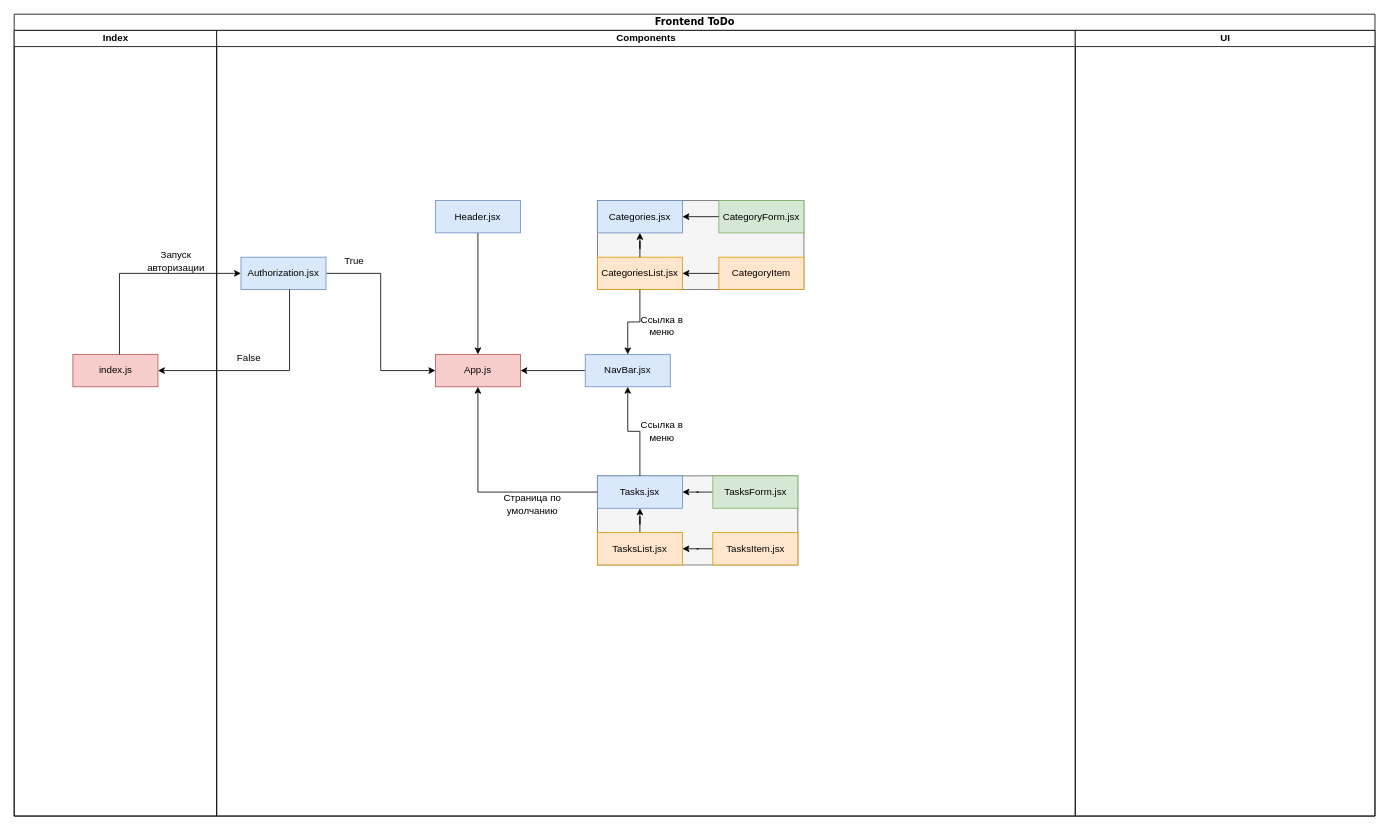
Earlier version of the draw.io diagram todo_reactjs.drawio (BesPredel63/todo_reactjs). Source tidied: cells renumbered, new cells numbered last; positions are measured from the earlier drawing's top-left corner, leaving out a move shared by most shapes. Both pictures are drawn from the tidied source at 81%, with x=0, y=0 at pixel (14, 14).
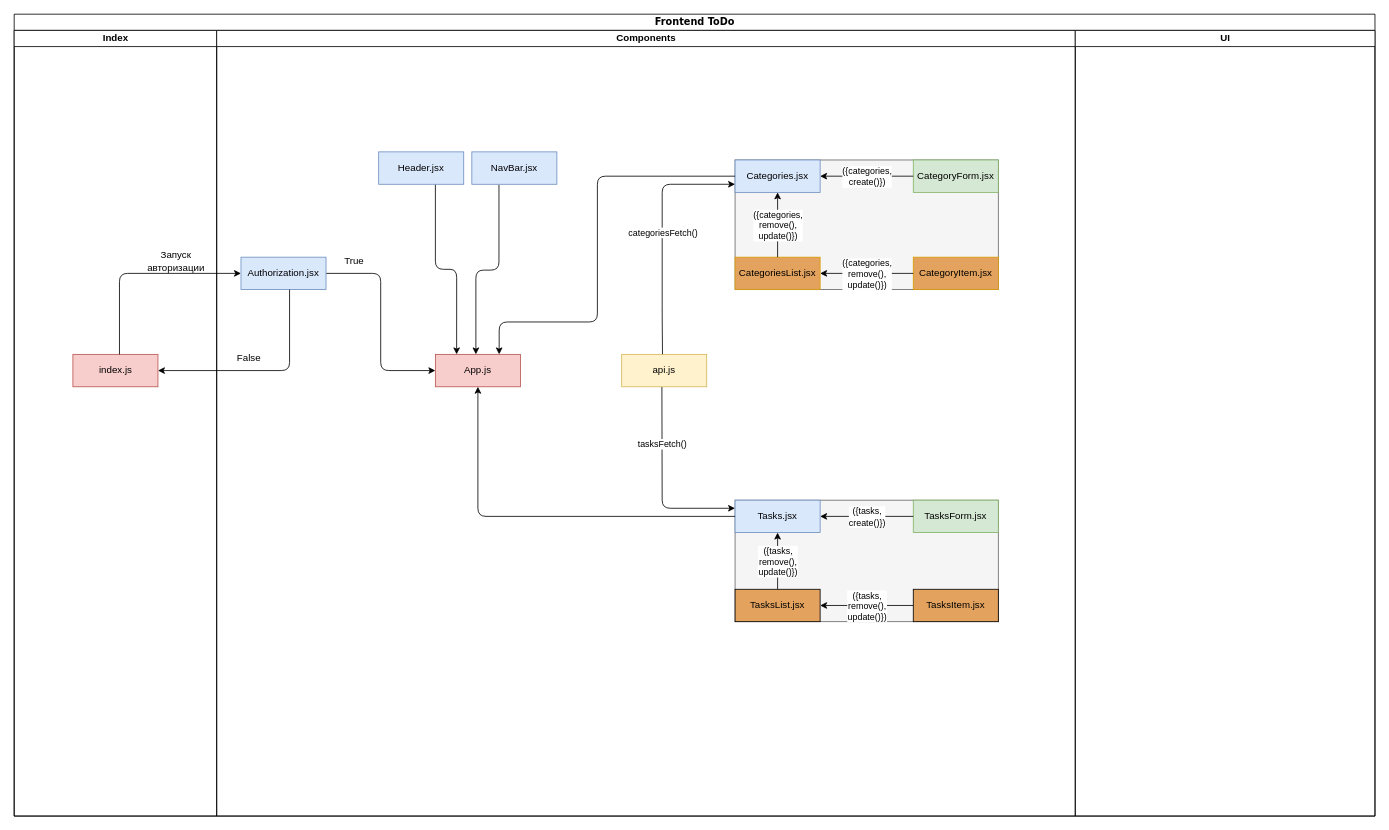
The same page after the edit.

Commit message:
В связи добавлены передаваемые данные

The change refers to these unchanged cells:
```xml
<mxCell id="2" value="Frontend ToDo" style="swimlane;html=1;startSize=20;rounded=0;shadow=0;comic=0;labelBackgroundColor=none;strokeWidth=1;fontFamily=Verdana;fontSize=12;align=center;" parent="1" vertex="1">
  <mxGeometry width="1680" height="990" as="geometry" />
</mxCell>
<mxCell id="4" value="index.js" style="rounded=0;whiteSpace=wrap;html=1;fillColor=#f8cecc;strokeColor=#b85450;" parent="3" vertex="1">
  <mxGeometry x="72.5" y="400" width="105" height="40" as="geometry" />
</mxCell>
<mxCell id="8" value="Authorization.jsx" style="rounded=0;whiteSpace=wrap;html=1;fillColor=#dae8fc;strokeColor=#6c8ebf;" parent="6" vertex="1">
  <mxGeometry x="30" y="280" width="105" height="40" as="geometry" />
</mxCell>
<mxCell id="13" value="App.js" style="rounded=0;whiteSpace=wrap;html=1;fillColor=#f8cecc;strokeColor=#b85450;" parent="6" vertex="1">
  <mxGeometry x="270" y="400" width="105" height="40" as="geometry" />
</mxCell>
```

Change to the diagram source:
```diff
@@
-    <mxCell id="6" value="Components" style="swimlane;html=1;startSize=20;" parent="2" vertex="1">
+    <mxCell id="6" value="Components" style="swimlane;html=1;startSize=20;overflow=visible;fillStyle=auto;" parent="2" vertex="1">
       <mxGeometry x="250" y="20" width="1060" height="970" as="geometry" />
     </mxCell>
-    <mxCell id="7" style="edgeStyle=orthogonalEdgeStyle;rounded=0;jettySize=auto;html=1;entryX=0;entryY=0.5;entryDx=0;entryDy=0;" parent="6" edge="1" source="8" target="13">
+    <mxCell id="7" style="edgeStyle=orthogonalEdgeStyle;rounded=1;jettySize=auto;html=1;entryX=0;entryY=0.5;entryDx=0;entryDy=0;" parent="6" edge="1" source="8" target="13">
       <mxGeometry relative="1" as="geometry" />
     </mxCell>
@@
-    <mxCell id="9" style="edgeStyle=orthogonalEdgeStyle;rounded=0;jettySize=auto;html=1;entryX=1;entryY=0.5;entryDx=0;entryDy=0;" parent="6" edge="1" source="10" target="13">
-      <mxGeometry relative="1" as="geometry" />
+    <mxCell id="9" style="edgeStyle=orthogonalEdgeStyle;rounded=1;jettySize=auto;html=1;entryX=0.656;entryY=-0.037;entryDx=0;entryDy=0;entryPerimeter=0;exitX=0.319;exitY=1.016;exitDx=0;exitDy=0;exitPerimeter=0;" parent="6" edge="1" source="10">
+      <mxGeometry relative="1" as="geometry">
+        <mxPoint x="320" y="400" as="targetPoint" />
+        <Array as="points">
+          <mxPoint x="349" y="296" />
+          <mxPoint x="320" y="296" />
+        </Array>
+      </mxGeometry>
     </mxCell>
     <mxCell id="10" value="NavBar.jsx" style="rounded=0;whiteSpace=wrap;html=1;fillColor=#dae8fc;strokeColor=#6c8ebf;" parent="6" vertex="1">
-      <mxGeometry x="455" y="400" width="105" height="40" as="geometry" />
+      <mxGeometry x="315" y="150" width="105" height="40" as="geometry" />
     </mxCell>
-    <mxCell id="11" style="edgeStyle=orthogonalEdgeStyle;rounded=0;jettySize=auto;html=1;entryX=0.5;entryY=0;entryDx=0;entryDy=0;" parent="6" edge="1" source="12" target="13">
-      <mxGeometry relative="1" as="geometry" />
+    <mxCell id="11" style="edgeStyle=orthogonalEdgeStyle;rounded=1;jettySize=auto;html=1;entryX=0.25;entryY=0;entryDx=0;entryDy=0;" parent="6" edge="1" source="12" target="13">
+      <mxGeometry relative="1" as="geometry">
+        <Array as="points">
+          <mxPoint x="270" y="295" />
+          <mxPoint x="296" y="295" />
+        </Array>
+      </mxGeometry>
     </mxCell>
     <mxCell id="12" value="Header.jsx" style="rounded=0;whiteSpace=wrap;html=1;fillColor=#dae8fc;strokeColor=#6c8ebf;" parent="6" vertex="1">
-      <mxGeometry x="270" y="210" width="105" height="40" as="geometry" />
+      <mxGeometry x="200" y="150" width="105" height="40" as="geometry" />
     </mxCell>
@@
-    <mxCell id="16" style="group;fillColor=#f5f5f5;fontColor=#333333;strokeColor=#666666;" parent="6" vertex="1">
-      <mxGeometry x="470" y="210" width="255" height="110" as="geometry" />
-    </mxCell>
+    <mxCell id="41" style="group;shadow=0;labelBorderColor=none;fillColor=#f5f5f5;strokeColor=#666666;fontColor=#333333;" parent="6" vertex="1">
+      <mxGeometry x="640" y="160" width="325" height="160" as="geometry" />
+    </mxCell>
-    <mxCell id="17" value="Categories.jsx" style="rounded=0;whiteSpace=wrap;html=1;fillColor=#dae8fc;strokeColor=#6c8ebf;" parent="16" vertex="1">
+    <mxCell id="17" value="Categories.jsx" style="rounded=0;whiteSpace=wrap;html=1;fillColor=#dae8fc;strokeColor=#6c8ebf;" parent="41" vertex="1">
       <mxGeometry width="105" height="40" as="geometry" />
     </mxCell>
-    <mxCell id="18" value="CategoriesList.jsx" style="rounded=0;whiteSpace=wrap;html=1;fillColor=#ffe6cc;strokeColor=#d79b00;" parent="16" vertex="1">
-      <mxGeometry y="70" width="105" height="40" as="geometry" />
+    <mxCell id="18" value="CategoriesList.jsx" style="rounded=0;whiteSpace=wrap;html=1;fillColor=#e3a35f;strokeColor=#d79b00;" parent="41" vertex="1">
+      <mxGeometry y="120" width="105" height="40" as="geometry" />
     </mxCell>
-    <mxCell id="19" value="CategoryForm.jsx" style="rounded=0;whiteSpace=wrap;html=1;fillColor=#d5e8d4;strokeColor=#82b366;" parent="16" vertex="1">
-      <mxGeometry x="150" width="105" height="40" as="geometry" />
+    <mxCell id="19" value="CategoryForm.jsx" style="rounded=0;whiteSpace=wrap;html=1;fillColor=#d5e8d4;strokeColor=#82b366;" parent="41" vertex="1">
+      <mxGeometry x="220" width="105" height="40" as="geometry" />
     </mxCell>
-    <mxCell id="20" value="CategoryItem" style="rounded=0;whiteSpace=wrap;html=1;fillColor=#ffe6cc;strokeColor=#d79b00;" parent="16" vertex="1">
-      <mxGeometry x="150" y="70" width="105" height="40" as="geometry" />
+    <mxCell id="20" value="CategoryItem.jsx" style="rounded=0;whiteSpace=wrap;html=1;fillColor=#e3a35f;strokeColor=#d79b00;" parent="41" vertex="1">
+      <mxGeometry x="220" y="120" width="105" height="40" as="geometry" />
     </mxCell>
-    <mxCell id="21" style="edgeStyle=orthogonalEdgeStyle;rounded=0;jettySize=auto;html=1;" parent="16" edge="1" source="18" target="17">
+    <mxCell id="21" style="endArrow=classic;html=1;rounded=0;entryX=0.5;entryY=1;entryDx=0;entryDy=0;" parent="41" edge="1" source="18" target="17">
       <mxGeometry relative="1" as="geometry" />
     </mxCell>
+    <mxCell id="42" value="({categories,&lt;br&gt;remove(),&lt;br&gt;update()})" style="edgeLabel;html=1;align=center;verticalAlign=middle;" parent="21" vertex="1">
+      <mxGeometry relative="1" as="geometry" />
+    </mxCell>
+    <mxCell id="23" style="endArrow=classic;html=1;rounded=0;exitX=0;exitY=0.5;exitDx=0;exitDy=0;entryX=1;entryY=0.5;entryDx=0;entryDy=0;" parent="41" edge="1" source="20" target="18">
+      <mxGeometry relative="1" as="geometry" />
+    </mxCell>
+    <mxCell id="43" value="({categories,&lt;br style=&quot;border-color: var(--border-color);&quot;&gt;remove(),&lt;br style=&quot;border-color: var(--border-color);&quot;&gt;update()})" style="edgeLabel;html=1;align=center;verticalAlign=middle;" parent="23" vertex="1">
+      <mxGeometry relative="1" as="geometry" />
+    </mxCell>
-    <mxCell id="22" style="edgeStyle=orthogonalEdgeStyle;rounded=0;jettySize=auto;html=1;" parent="16" edge="1" source="19" target="17">
+    <mxCell id="22" style="endArrow=classic;html=1;rounded=0;exitX=0;exitY=0.5;exitDx=0;exitDy=0;entryX=1;entryY=0.5;entryDx=0;entryDy=0;" parent="41" edge="1" source="19" target="17">
       <mxGeometry relative="1" as="geometry" />
     </mxCell>
-    <mxCell id="23" style="edgeStyle=orthogonalEdgeStyle;rounded=0;jettySize=auto;html=1;" parent="16" edge="1" source="20" target="18">
-      <mxGeometry relative="1" as="geometry" />
-    </mxCell>
+    <mxCell id="44" value="({categories,&lt;br&gt;create()})" style="edgeLabel;html=1;align=center;verticalAlign=middle;" parent="22" vertex="1">
+      <mxGeometry relative="1" as="geometry" />
+    </mxCell>
+    <mxCell id="45" value="api.js" style="rounded=0;whiteSpace=wrap;html=1;fillColor=#fff2cc;strokeColor=#d6b656;" parent="6" vertex="1">
+      <mxGeometry x="500" y="400" width="105" height="40" as="geometry" />
+    </mxCell>
+    <mxCell id="46" style="endArrow=classic;html=1;rounded=1;entryX=0;entryY=0.75;entryDx=0;entryDy=0;exitX=0.48;exitY=-0.007;exitDx=0;exitDy=0;exitPerimeter=0;" parent="6" edge="1" source="45" target="17">
+      <mxGeometry relative="1" as="geometry">
+        <Array as="points">
+          <mxPoint x="550" y="350" />
+          <mxPoint x="550" y="190" />
+        </Array>
+      </mxGeometry>
+    </mxCell>
+    <mxCell id="47" value="categoriesFetch()" style="edgeLabel;html=1;align=center;verticalAlign=middle;" parent="46" vertex="1">
+      <mxGeometry relative="1" as="geometry" />
+    </mxCell>
+    <mxCell id="48" style="edgeStyle=orthogonalEdgeStyle;rounded=1;jettySize=auto;html=1;entryX=0.75;entryY=0;entryDx=0;entryDy=0;" parent="6" edge="1" source="17" target="13">
+      <mxGeometry relative="1" as="geometry">
+        <Array as="points">
+          <mxPoint x="470" y="180" />
+          <mxPoint x="470" y="360" />
+          <mxPoint x="349" y="360" />
+        </Array>
+      </mxGeometry>
+    </mxCell>
+    <mxCell id="49" style="endArrow=classic;html=1;rounded=1;entryX=0;entryY=0.25;entryDx=0;entryDy=0;exitX=0.473;exitY=1.008;exitDx=0;exitDy=0;exitPerimeter=0;" parent="6" edge="1" source="45" target="25">
+      <mxGeometry relative="1" as="geometry">
+        <Array as="points">
+          <mxPoint x="550" y="590" />
+        </Array>
+      </mxGeometry>
+    </mxCell>
+    <mxCell id="50" value="tasksFetch()" style="edgeLabel;html=1;align=center;verticalAlign=middle;" parent="49" vertex="1">
+      <mxGeometry relative="1" as="geometry">
+        <mxPoint y="-50" as="offset" />
+      </mxGeometry>
+    </mxCell>
+    <mxCell id="51" style="group;fillColor=#f5f5f5;fontColor=#333333;strokeColor=#666666;" parent="6" vertex="1">
+      <mxGeometry x="640" y="580" width="325" height="150" as="geometry" />
+    </mxCell>
-    <mxCell id="24" style="group;fillColor=#f5f5f5;fontColor=#333333;strokeColor=#666666;" parent="6" vertex="1">
-      <mxGeometry x="470" y="550" width="247.5" height="110" as="geometry" />
+    <mxCell id="24" style="group;" parent="51" vertex="1">
+      <mxGeometry width="247.5" height="110" as="geometry" />
     </mxCell>
-    <mxCell id="25" value="Tasks.jsx" style="rounded=0;whiteSpace=wrap;html=1;fillColor=#dae8fc;strokeColor=#6c8ebf;" parent="24" vertex="1">
+    <mxCell id="25" value="Tasks.jsx" style="rounded=0;whiteSpace=wrap;html=1;fillColor=#dae8fc;strokeColor=#6c8ebf;" parent="51" vertex="1">
       <mxGeometry width="105" height="40" as="geometry" />
     </mxCell>
+    <mxCell id="27" value="TasksForm.jsx" style="rounded=0;whiteSpace=wrap;html=1;fillColor=#d5e8d4;strokeColor=#82b366;" parent="51" vertex="1">
+      <mxGeometry x="220" width="105" height="40" as="geometry" />
+    </mxCell>
+    <mxCell id="29" value="TasksList.jsx" style="rounded=0;whiteSpace=wrap;html=1;fillColor=#e3a35f;" parent="51" vertex="1">
+      <mxGeometry y="110" width="105" height="40" as="geometry" />
+    </mxCell>
+    <mxCell id="31" value="TasksItem.jsx" style="rounded=0;whiteSpace=wrap;html=1;fillColor=#e3a35f;" parent="51" vertex="1">
+      <mxGeometry x="220" y="110" width="105" height="40" as="geometry" />
+    </mxCell>
+    <mxCell id="28" style="endArrow=classic;html=1;rounded=0;entryX=0.5;entryY=1;entryDx=0;entryDy=0;exitX=0.5;exitY=0;exitDx=0;exitDy=0;" parent="51" edge="1" source="29" target="25">
+      <mxGeometry relative="1" as="geometry" />
+    </mxCell>
+    <mxCell id="52" value="({tasks,&lt;br style=&quot;border-color: var(--border-color);&quot;&gt;remove(),&lt;br style=&quot;border-color: var(--border-color);&quot;&gt;update()})" style="edgeLabel;html=1;align=center;verticalAlign=middle;" parent="28" vertex="1">
+      <mxGeometry relative="1" as="geometry" />
+    </mxCell>
-    <mxCell id="26" style="edgeStyle=orthogonalEdgeStyle;rounded=0;jettySize=auto;html=1;" parent="24" edge="1" source="27" target="25">
+    <mxCell id="26" style="endArrow=classic;html=1;rounded=0;exitX=0;exitY=0.5;exitDx=0;exitDy=0;entryX=1;entryY=0.5;entryDx=0;entryDy=0;" parent="51" edge="1" source="27" target="25">
       <mxGeometry relative="1" as="geometry" />
     </mxCell>
-    <mxCell id="27" value="TasksForm.jsx" style="rounded=0;whiteSpace=wrap;html=1;fillColor=#d5e8d4;strokeColor=#82b366;" parent="24" vertex="1">
-      <mxGeometry x="142.5" width="105" height="40" as="geometry" />
-    </mxCell>
-    <mxCell id="28" style="edgeStyle=orthogonalEdgeStyle;rounded=0;jettySize=auto;html=1;" parent="24" edge="1" source="29" target="25">
-      <mxGeometry relative="1" as="geometry" />
-    </mxCell>
-    <mxCell id="29" value="TasksList.jsx" style="rounded=0;whiteSpace=wrap;html=1;fillColor=#ffe6cc;strokeColor=#d79b00;" parent="24" vertex="1">
-      <mxGeometry y="70" width="105" height="40" as="geometry" />
-    </mxCell>
+    <mxCell id="53" value="({tasks,&lt;br style=&quot;border-color: var(--border-color);&quot;&gt;create()})" style="edgeLabel;html=1;align=center;verticalAlign=middle;" parent="26" vertex="1">
+      <mxGeometry relative="1" as="geometry" />
+    </mxCell>
-    <mxCell id="30" style="edgeStyle=orthogonalEdgeStyle;rounded=0;jettySize=auto;html=1;" parent="24" edge="1" source="31" target="29">
+    <mxCell id="30" style="endArrow=classic;html=1;rounded=0;exitX=0;exitY=0.5;exitDx=0;exitDy=0;entryX=1;entryY=0.5;entryDx=0;entryDy=0;" parent="51" edge="1" source="31" target="29">
       <mxGeometry relative="1" as="geometry" />
     </mxCell>
-    <mxCell id="31" value="TasksItem.jsx" style="rounded=0;whiteSpace=wrap;html=1;fillColor=#ffe6cc;strokeColor=#d79b00;" parent="24" vertex="1">
-      <mxGeometry x="142.5" y="70" width="105" height="40" as="geometry" />
-    </mxCell>
-    <mxCell id="32" style="edgeStyle=orthogonalEdgeStyle;rounded=0;jettySize=auto;html=1;entryX=0.5;entryY=0;entryDx=0;entryDy=0;" parent="6" edge="1" source="18" target="10">
-      <mxGeometry relative="1" as="geometry" />
-    </mxCell>
-    <mxCell id="33" style="edgeStyle=orthogonalEdgeStyle;rounded=0;jettySize=auto;html=1;entryX=0.5;entryY=1;entryDx=0;entryDy=0;" parent="6" edge="1" source="25" target="10">
-      <mxGeometry relative="1" as="geometry" />
-    </mxCell>
+    <mxCell id="54" value="({tasks,&lt;br style=&quot;border-color: var(--border-color);&quot;&gt;remove(),&lt;br style=&quot;border-color: var(--border-color);&quot;&gt;update()})" style="edgeLabel;html=1;align=center;verticalAlign=middle;" parent="30" vertex="1">
+      <mxGeometry relative="1" as="geometry" />
+    </mxCell>
-    <mxCell id="34" style="edgeStyle=orthogonalEdgeStyle;rounded=0;jettySize=auto;html=1;entryX=0.5;entryY=1;entryDx=0;entryDy=0;" parent="6" edge="1" source="25" target="13">
+    <mxCell id="34" style="edgeStyle=orthogonalEdgeStyle;rounded=1;jettySize=auto;html=1;entryX=0.5;entryY=1;entryDx=0;entryDy=0;" parent="6" edge="1" source="25" target="13">
       <mxGeometry relative="1" as="geometry" />
     </mxCell>
-    <mxCell id="35" value="Страница по умолчанию" style="text;html=1;strokeColor=none;fillColor=none;align=center;verticalAlign=middle;whiteSpace=wrap;rounded=0;" parent="6" vertex="1">
-      <mxGeometry x="325" y="570" width="130" height="30" as="geometry" />
-    </mxCell>
-    <mxCell id="36" value="Ссылка в меню" style="text;html=1;strokeColor=none;fillColor=none;align=center;verticalAlign=middle;whiteSpace=wrap;rounded=0;" parent="6" vertex="1">
-      <mxGeometry x="520" y="480" width="60" height="30" as="geometry" />
-    </mxCell>
-    <mxCell id="37" value="Ссылка в меню" style="text;html=1;strokeColor=none;fillColor=none;align=center;verticalAlign=middle;whiteSpace=wrap;rounded=0;" parent="6" vertex="1">
-      <mxGeometry x="520" y="350" width="60" height="30" as="geometry" />
-    </mxCell>
@@
-    <mxCell id="39" style="edgeStyle=orthogonalEdgeStyle;rounded=0;jettySize=auto;html=1;entryX=0;entryY=0.5;entryDx=0;entryDy=0;" parent="2" edge="1" source="4" target="8">
+    <mxCell id="39" style="edgeStyle=orthogonalEdgeStyle;rounded=1;jettySize=auto;html=1;entryX=0;entryY=0.5;entryDx=0;entryDy=0;" parent="2" edge="1" source="4" target="8">
       <mxGeometry relative="1" as="geometry">
         <Array as="points">
           <mxPoint x="130" y="320" />
         </Array>
       </mxGeometry>
     </mxCell>
-    <mxCell id="40" style="edgeStyle=orthogonalEdgeStyle;rounded=0;jettySize=auto;html=1;entryX=1;entryY=0.5;entryDx=0;entryDy=0;" parent="2" edge="1" source="8" target="4">
+    <mxCell id="40" style="edgeStyle=orthogonalEdgeStyle;rounded=1;jettySize=auto;html=1;entryX=1;entryY=0.5;entryDx=0;entryDy=0;" parent="2" edge="1" source="8" target="4">
       <mxGeometry relative="1" as="geometry">
         <Array as="points">
           <mxPoint x="340" y="440" />
         </Array>
       </mxGeometry>
     </mxCell>
```
